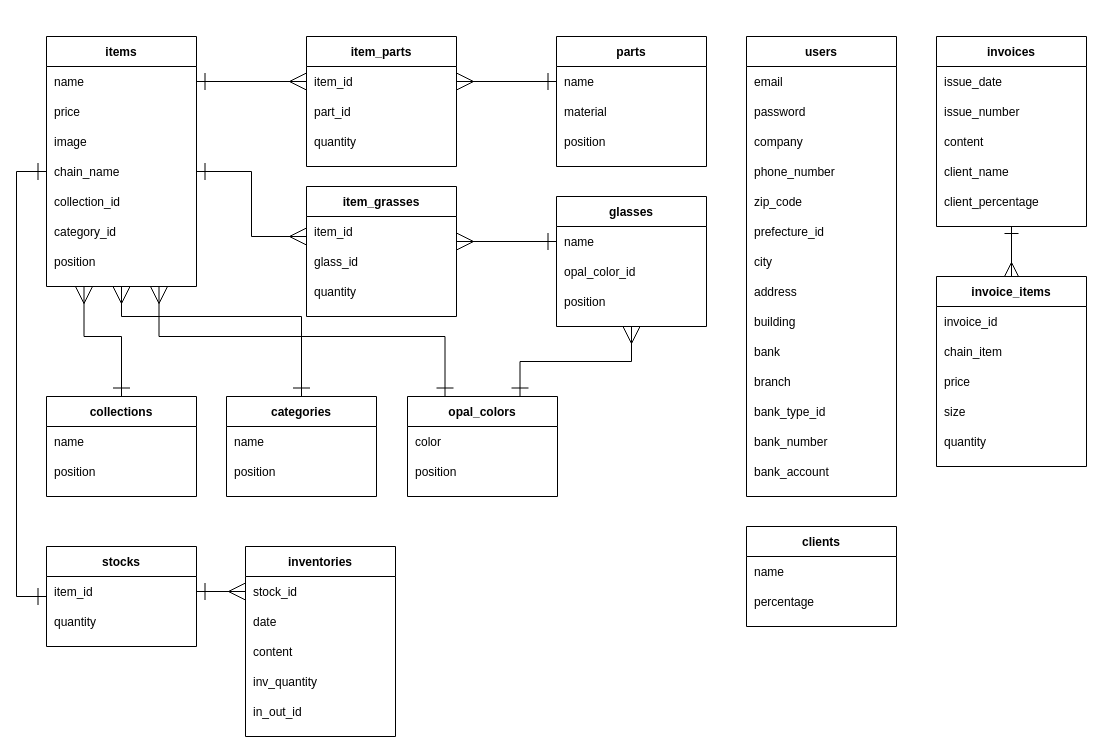
The draw.io diagram ER.dio in KentaroKageyama/aio_app, before the edit. Source tidied: cells renumbered, new cells numbered last; positions are measured from the earlier drawing's top-left corner, leaving out a move shared by most shapes. Both pictures are drawn from the tidied source at 100%, with x=0, y=0 at pixel (16, 36).
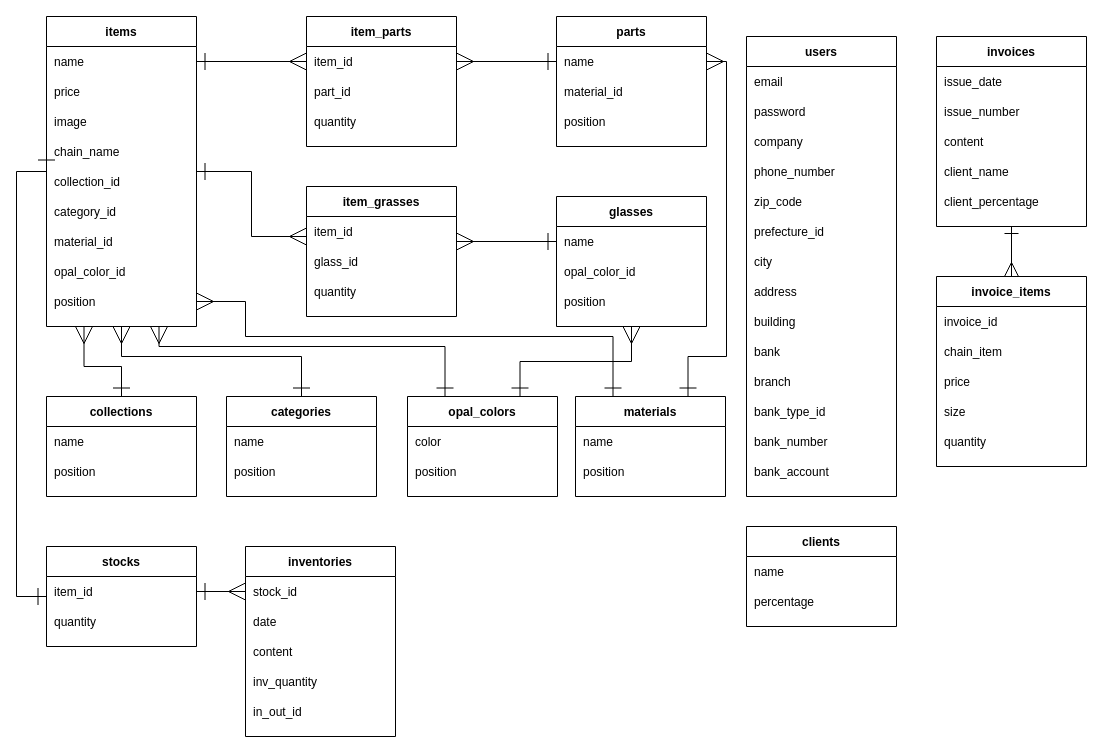
After the change.

Unchanged cells that the change refers to:
```xml
<mxCell id="21" style="shape=partialRectangle;fillColor=none;top=0;left=0;bottom=0;right=0;points=[[0,0.5],[1,0.5]];portConstraint=eastwest;" parent="20" vertex="1">
  <mxGeometry y="30" width="150" height="30" as="geometry" />
</mxCell>
<mxCell id="23" style="shape=partialRectangle;fillColor=none;top=0;left=0;bottom=0;right=0;" parent="20" vertex="1">
  <mxGeometry y="60" width="150" height="30" as="geometry" />
</mxCell>
<mxCell id="81" value="collections" style="shape=table;startSize=30;childLayout=tableLayout;rowLines=0;fontStyle=1;align=center;" parent="1" vertex="1">
  <mxGeometry x="30" y="360" width="150" height="100" as="geometry" />
</mxCell>
<mxCell id="86" value="categories" style="shape=table;startSize=30;childLayout=tableLayout;rowLines=0;fontStyle=1;align=center;" parent="1" vertex="1">
  <mxGeometry x="210" y="360" width="150" height="100" as="geometry" />
</mxCell>
<mxCell id="92" value="opal_colors" style="shape=table;startSize=30;childLayout=tableLayout;rowLines=0;fontStyle=1;align=center;" parent="1" vertex="1">
  <mxGeometry x="391" y="360" width="150" height="100" as="geometry" />
</mxCell>
```

The edit, as a diff of the source:
```diff
@@
     <mxCell id="2" style="edgeStyle=orthogonalEdgeStyle;rounded=0;jettySize=auto;html=1;exitX=0.5;exitY=0;exitDx=0;exitDy=0;entryX=0.25;entryY=1;entryDx=0;entryDy=0;startArrow=ERone;startFill=0;startSize=15;endArrow=ERmany;endFill=0;endSize=15;targetPerimeterSpacing=0;" parent="1" edge="1" source="81" target="5">
       <mxGeometry relative="1" as="geometry">
         <Array as="points">
-          <mxPoint x="105" y="300" />
-          <mxPoint x="68" y="300" />
+          <mxPoint x="105" y="330" />
+          <mxPoint x="68" y="330" />
         </Array>
       </mxGeometry>
     </mxCell>
     <mxCell id="3" style="edgeStyle=orthogonalEdgeStyle;rounded=0;jettySize=auto;html=1;exitX=0.5;exitY=0;exitDx=0;exitDy=0;entryX=0.5;entryY=1;entryDx=0;entryDy=0;startArrow=ERone;startFill=0;startSize=15;endArrow=ERmany;endFill=0;endSize=15;targetPerimeterSpacing=0;" parent="1" edge="1" source="86" target="5">
       <mxGeometry relative="1" as="geometry">
         <Array as="points">
-          <mxPoint x="285" y="280" />
-          <mxPoint x="105" y="280" />
+          <mxPoint x="285" y="320" />
+          <mxPoint x="105" y="320" />
         </Array>
       </mxGeometry>
     </mxCell>
     <mxCell id="4" style="edgeStyle=orthogonalEdgeStyle;rounded=0;jettySize=auto;html=1;exitX=0.25;exitY=0;exitDx=0;exitDy=0;startArrow=ERone;startFill=0;startSize=15;endArrow=ERmany;endFill=0;endSize=15;targetPerimeterSpacing=0;entryX=0.75;entryY=1;entryDx=0;entryDy=0;" parent="1" edge="1" source="92" target="5">
       <mxGeometry relative="1" as="geometry">
         <Array as="points">
-          <mxPoint x="429" y="300" />
-          <mxPoint x="143" y="300" />
+          <mxPoint x="429" y="310" />
+          <mxPoint x="143" y="310" />
         </Array>
       </mxGeometry>
     </mxCell>
     <mxCell id="5" value="items" style="shape=table;startSize=30;childLayout=tableLayout;rowLines=0;fontStyle=1;align=center;" parent="1" vertex="1">
-      <mxGeometry x="30" width="150" height="250" as="geometry" />
+      <mxGeometry x="30" y="-20" width="150" height="310" as="geometry" />
     </mxCell>
@@
+    <mxCell id="143" style="shape=partialRectangle;fillColor=none;top=0;left=0;bottom=0;right=0;" parent="5" vertex="1">
+      <mxGeometry y="210" width="150" height="30" as="geometry" />
+    </mxCell>
+    <mxCell id="144" value="material_id" style="shape=partialRectangle;fillColor=none;top=0;left=0;bottom=0;right=0;align=left;spacingLeft=6;overflow=hidden;" parent="143" vertex="1">
+      <mxGeometry width="150" height="30" as="geometry" />
+    </mxCell>
+    <mxCell id="145" style="shape=partialRectangle;fillColor=none;top=0;left=0;bottom=0;right=0;" parent="5" vertex="1">
+      <mxGeometry y="240" width="150" height="30" as="geometry" />
+    </mxCell>
+    <mxCell id="146" value="opal_color_id" style="shape=partialRectangle;fillColor=none;top=0;left=0;bottom=0;right=0;align=left;spacingLeft=6;overflow=hidden;" parent="145" vertex="1">
+      <mxGeometry width="150" height="30" as="geometry" />
+    </mxCell>
     <mxCell id="18" style="shape=partialRectangle;fillColor=none;top=0;left=0;bottom=0;right=0;points=[[0,0.5],[1,0.5]];portConstraint=eastwest;" parent="5" vertex="1">
-      <mxGeometry y="210" width="150" height="30" as="geometry" />
+      <mxGeometry y="270" width="150" height="30" as="geometry" />
     </mxCell>
@@
     <mxCell id="20" value="parts" style="shape=table;startSize=30;childLayout=tableLayout;rowLines=0;fontStyle=1;align=center;" parent="1" vertex="1">
-      <mxGeometry x="540" width="150" height="130" as="geometry" />
+      <mxGeometry x="540" y="-20" width="150" height="130" as="geometry" />
     </mxCell>
@@
-    <mxCell id="24" value="material" style="shape=partialRectangle;fillColor=none;top=0;left=0;bottom=0;right=0;align=left;spacingLeft=6;overflow=hidden;" parent="23" vertex="1">
+    <mxCell id="24" value="material_id" style="shape=partialRectangle;fillColor=none;top=0;left=0;bottom=0;right=0;align=left;spacingLeft=6;overflow=hidden;" parent="23" vertex="1">
       <mxGeometry width="150" height="30" as="geometry" />
     </mxCell>
@@
     <mxCell id="34" value="item_parts" style="shape=table;startSize=30;childLayout=tableLayout;rowLines=0;fontStyle=1;align=center;" parent="1" vertex="1">
-      <mxGeometry x="290" width="150" height="130" as="geometry" />
+      <mxGeometry x="290" y="-20" width="150" height="130" as="geometry" />
     </mxCell>
@@
+    <mxCell id="147" style="edgeStyle=orthogonalEdgeStyle;rounded=0;jettySize=auto;html=1;exitX=0.75;exitY=0;exitDx=0;exitDy=0;entryX=1;entryY=0.5;entryDx=0;entryDy=0;endArrow=ERmany;endFill=0;startArrow=ERone;startFill=0;endSize=15;startSize=15;" parent="1" edge="1" source="149" target="21">
+      <mxGeometry relative="1" as="geometry">
+        <Array as="points">
+          <mxPoint x="672" y="320" />
+          <mxPoint x="710" y="320" />
+          <mxPoint x="710" y="25" />
+        </Array>
+      </mxGeometry>
+    </mxCell>
+    <mxCell id="148" style="edgeStyle=orthogonalEdgeStyle;rounded=0;jettySize=auto;html=1;exitX=0.25;exitY=0;exitDx=0;exitDy=0;entryX=1;entryY=0.5;entryDx=0;entryDy=0;startArrow=ERone;startFill=0;startSize=15;endArrow=ERmany;endFill=0;endSize=15;" parent="1" edge="1" source="149" target="18">
+      <mxGeometry relative="1" as="geometry">
+        <Array as="points">
+          <mxPoint x="597" y="300" />
+          <mxPoint x="229" y="300" />
+          <mxPoint x="229" y="265" />
+        </Array>
+      </mxGeometry>
+    </mxCell>
+    <mxCell id="149" value="materials" style="shape=table;startSize=30;childLayout=tableLayout;rowLines=0;fontStyle=1;align=center;" parent="1" vertex="1">
+      <mxGeometry x="559" y="360" width="150" height="100" as="geometry" />
+    </mxCell>
+    <mxCell id="150" style="shape=partialRectangle;fillColor=none;top=0;left=0;bottom=0;right=0;" parent="149" vertex="1">
+      <mxGeometry y="30" width="150" height="30" as="geometry" />
+    </mxCell>
+    <mxCell id="151" value="name" style="shape=partialRectangle;fillColor=none;top=0;left=0;bottom=0;right=0;align=left;spacingLeft=6;overflow=hidden;" parent="150" vertex="1">
+      <mxGeometry width="150" height="30" as="geometry" />
+    </mxCell>
+    <mxCell id="152" style="shape=partialRectangle;fillColor=none;top=0;left=0;bottom=0;right=0;" parent="149" vertex="1">
+      <mxGeometry y="60" width="150" height="30" as="geometry" />
+    </mxCell>
+    <mxCell id="153" value="position" style="shape=partialRectangle;fillColor=none;top=0;left=0;bottom=0;right=0;align=left;spacingLeft=6;overflow=hidden;" parent="152" vertex="1">
+      <mxGeometry width="150" height="30" as="geometry" />
+    </mxCell>
```
